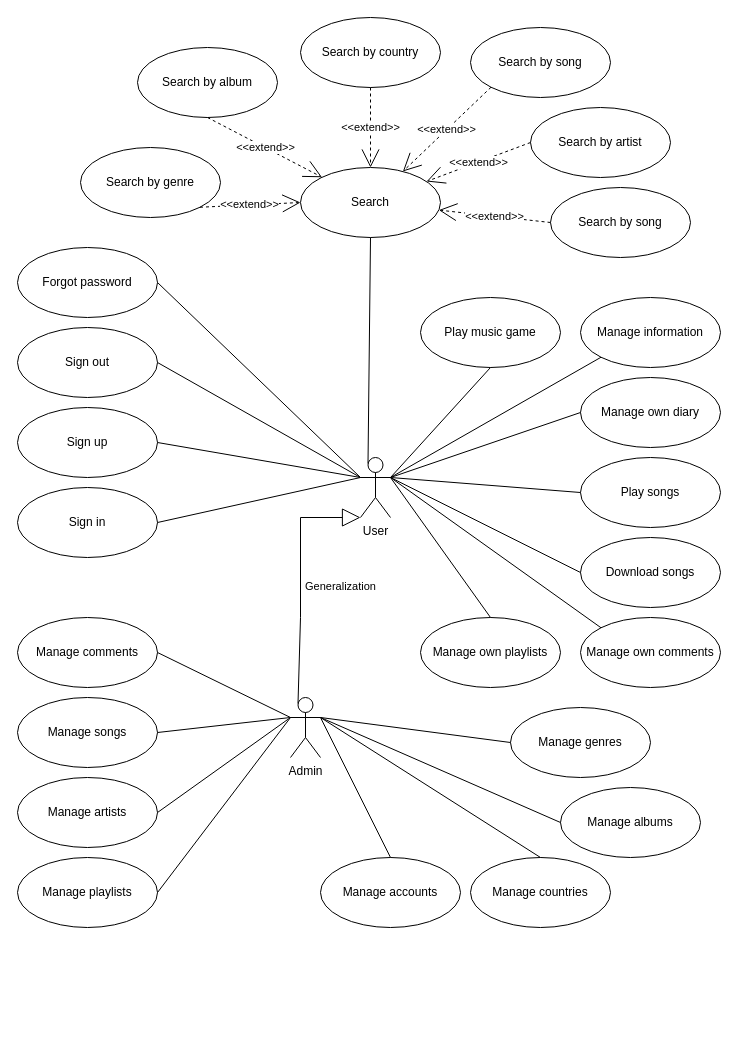
The draw.io diagram page "Page-1" (1 of 2) of Document/feature_diagram.drawio in namcao502/MUSIC, before the edit. Source tidied: cells renumbered, new cells numbered last; positions are measured from the earlier drawing's top-left corner, leaving out a move shared by most shapes. Both pictures are drawn from the tidied source at 100%, with x=0, y=0 at pixel (17, 17).
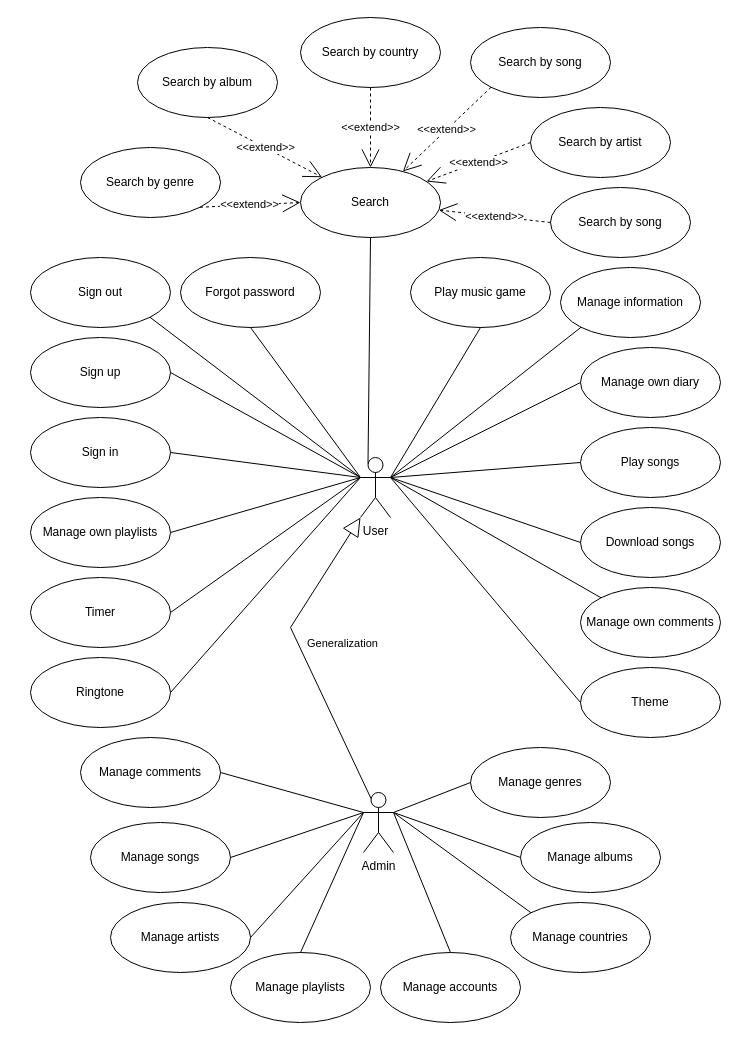
After the change.

Unchanged cells that the change refers to:
```xml
<mxCell id="2" value="User" style="shape=umlActor;verticalLabelPosition=bottom;verticalAlign=top;html=1;outlineConnect=0;" parent="1" vertex="1">
  <mxGeometry x="343" y="440" width="30" height="60" as="geometry" />
</mxCell>
```

The edit, as a diff of the source:
```diff
@@
     <mxCell id="3" value="Admin" style="shape=umlActor;verticalLabelPosition=bottom;verticalAlign=top;html=1;outlineConnect=0;" parent="1" vertex="1">
-      <mxGeometry x="273" y="680" width="30" height="60" as="geometry" />
+      <mxGeometry x="346" y="775" width="30" height="60" as="geometry" />
     </mxCell>
     <mxCell id="4" value="Sign in" style="ellipse;whiteSpace=wrap;html=1;" parent="1" vertex="1">
-      <mxGeometry y="470" width="140" height="70" as="geometry" />
+      <mxGeometry x="13" y="400" width="140" height="70" as="geometry" />
     </mxCell>
     <mxCell id="5" value="Sign out" style="ellipse;whiteSpace=wrap;html=1;" parent="1" vertex="1">
-      <mxGeometry y="310" width="140" height="70" as="geometry" />
+      <mxGeometry x="13" y="240" width="140" height="70" as="geometry" />
     </mxCell>
     <mxCell id="6" value="Sign up" style="ellipse;whiteSpace=wrap;html=1;" parent="1" vertex="1">
-      <mxGeometry y="390" width="140" height="70" as="geometry" />
+      <mxGeometry x="13" y="320" width="140" height="70" as="geometry" />
     </mxCell>
@@
     <mxCell id="8" value="Manage own comments" style="ellipse;whiteSpace=wrap;html=1;" parent="1" vertex="1">
-      <mxGeometry x="563" y="600" width="140" height="70" as="geometry" />
+      <mxGeometry x="563" y="570" width="140" height="70" as="geometry" />
     </mxCell>
     <mxCell id="9" value="Play songs" style="ellipse;whiteSpace=wrap;html=1;" parent="1" vertex="1">
-      <mxGeometry x="563" y="440" width="140" height="70" as="geometry" />
+      <mxGeometry x="563" y="410" width="140" height="70" as="geometry" />
     </mxCell>
     <mxCell id="10" value="Manage own playlists" style="ellipse;whiteSpace=wrap;html=1;" parent="1" vertex="1">
-      <mxGeometry x="403" y="600" width="140" height="70" as="geometry" />
+      <mxGeometry x="13" y="480" width="140" height="70" as="geometry" />
     </mxCell>
     <mxCell id="11" value="Manage genres" style="ellipse;whiteSpace=wrap;html=1;" parent="1" vertex="1">
-      <mxGeometry x="493" y="690" width="140" height="70" as="geometry" />
+      <mxGeometry x="453" y="730" width="140" height="70" as="geometry" />
     </mxCell>
     <mxCell id="12" value="Generalization" style="endArrow=block;endSize=16;endFill=0;html=1;rounded=0;exitX=0.25;exitY=0.1;exitDx=0;exitDy=0;exitPerimeter=0;entryX=0;entryY=1;entryDx=0;entryDy=0;entryPerimeter=0;" parent="1" edge="1" source="3" target="2">
       <mxGeometry x="-0.05" y="-40" relative="1" as="geometry">
         <Array as="points">
-          <mxPoint x="283" y="600" />
-          <mxPoint x="283" y="500" />
+          <mxPoint x="273" y="610" />
         </Array>
       </mxGeometry>
     </mxCell>
@@
-    <mxCell id="17" style="endArrow=none;html=1;rounded=0;entryX=1;entryY=0.3333333333333333;entryDx=0;entryDy=0;entryPerimeter=0;exitX=0.5;exitY=0;exitDx=0;exitDy=0;" parent="1" edge="1" source="10" target="2">
+    <mxCell id="17" style="endArrow=none;html=1;rounded=0;exitX=1;exitY=0.5;exitDx=0;exitDy=0;entryX=0;entryY=0.3333333333333333;entryDx=0;entryDy=0;entryPerimeter=0;" parent="1" edge="1" source="10" target="2">
       <mxGeometry relative="1" as="geometry" />
     </mxCell>
-    <mxCell id="18" style="endArrow=none;html=1;rounded=0;entryX=1;entryY=0.5;entryDx=0;entryDy=0;exitX=0;exitY=0.3333333333333333;exitDx=0;exitDy=0;exitPerimeter=0;" parent="1" edge="1" source="2" target="5">
+    <mxCell id="18" style="endArrow=none;html=1;rounded=0;entryX=1;entryY=1;entryDx=0;entryDy=0;exitX=0;exitY=0.3333333333333333;exitDx=0;exitDy=0;exitPerimeter=0;" parent="1" edge="1" source="2" target="5">
       <mxGeometry relative="1" as="geometry" />
     </mxCell>
@@
     <mxCell id="21" value="Manage information" style="ellipse;whiteSpace=wrap;html=1;" parent="1" vertex="1">
-      <mxGeometry x="563" y="280" width="140" height="70" as="geometry" />
+      <mxGeometry x="543" y="250" width="140" height="70" as="geometry" />
     </mxCell>
@@
     <mxCell id="23" value="Forgot password" style="ellipse;whiteSpace=wrap;html=1;" parent="1" vertex="1">
-      <mxGeometry y="230" width="140" height="70" as="geometry" />
+      <mxGeometry x="163" y="240" width="140" height="70" as="geometry" />
     </mxCell>
-    <mxCell id="24" style="endArrow=none;html=1;rounded=0;entryX=1;entryY=0.5;entryDx=0;entryDy=0;exitX=0;exitY=0.3333333333333333;exitDx=0;exitDy=0;exitPerimeter=0;" parent="1" edge="1" source="2" target="23">
+    <mxCell id="24" style="endArrow=none;html=1;rounded=0;entryX=0.5;entryY=1;entryDx=0;entryDy=0;exitX=0;exitY=0.3333333333333333;exitDx=0;exitDy=0;exitPerimeter=0;" parent="1" edge="1" source="2" target="23">
       <mxGeometry relative="1" as="geometry" />
     </mxCell>
     <mxCell id="25" value="Download songs" style="ellipse;whiteSpace=wrap;html=1;" parent="1" vertex="1">
-      <mxGeometry x="563" y="520" width="140" height="70" as="geometry" />
+      <mxGeometry x="563" y="490" width="140" height="70" as="geometry" />
     </mxCell>
@@
     <mxCell id="27" value="Manage accounts" style="ellipse;whiteSpace=wrap;html=1;" parent="1" vertex="1">
-      <mxGeometry x="303" y="840" width="140" height="70" as="geometry" />
+      <mxGeometry x="363" y="935" width="140" height="70" as="geometry" />
     </mxCell>
     <mxCell id="28" value="Manage albums" style="ellipse;whiteSpace=wrap;html=1;" parent="1" vertex="1">
-      <mxGeometry x="543" y="770" width="140" height="70" as="geometry" />
+      <mxGeometry x="503" y="805" width="140" height="70" as="geometry" />
     </mxCell>
     <mxCell id="29" value="Manage artists" style="ellipse;whiteSpace=wrap;html=1;" parent="1" vertex="1">
-      <mxGeometry y="760" width="140" height="70" as="geometry" />
+      <mxGeometry x="93" y="885" width="140" height="70" as="geometry" />
     </mxCell>
     <mxCell id="30" value="Manage songs" style="ellipse;whiteSpace=wrap;html=1;" parent="1" vertex="1">
-      <mxGeometry y="680" width="140" height="70" as="geometry" />
+      <mxGeometry x="73" y="805" width="140" height="70" as="geometry" />
     </mxCell>
     <mxCell id="31" value="Manage countries" style="ellipse;whiteSpace=wrap;html=1;" parent="1" vertex="1">
-      <mxGeometry x="453" y="840" width="140" height="70" as="geometry" />
+      <mxGeometry x="493" y="885" width="140" height="70" as="geometry" />
     </mxCell>
     <mxCell id="32" value="Manage comments" style="ellipse;whiteSpace=wrap;html=1;" parent="1" vertex="1">
-      <mxGeometry y="600" width="140" height="70" as="geometry" />
+      <mxGeometry x="63" y="720" width="140" height="70" as="geometry" />
     </mxCell>
     <mxCell id="33" value="Manage playlists" style="ellipse;whiteSpace=wrap;html=1;" parent="1" vertex="1">
-      <mxGeometry y="840" width="140" height="70" as="geometry" />
+      <mxGeometry x="213" y="935" width="140" height="70" as="geometry" />
     </mxCell>
@@
-    <mxCell id="35" style="endArrow=none;html=1;rounded=0;exitX=1;exitY=0.3333333333333333;exitDx=0;exitDy=0;exitPerimeter=0;entryX=0.5;entryY=0;entryDx=0;entryDy=0;" parent="1" edge="1" source="3" target="31">
+    <mxCell id="35" style="endArrow=none;html=1;rounded=0;exitX=1;exitY=0.3333333333333333;exitDx=0;exitDy=0;exitPerimeter=0;entryX=0;entryY=0;entryDx=0;entryDy=0;" parent="1" edge="1" source="3" target="31">
       <mxGeometry relative="1" as="geometry" />
     </mxCell>
@@
-    <mxCell id="37" style="endArrow=none;html=1;rounded=0;entryX=0;entryY=0.3333333333333333;entryDx=0;entryDy=0;entryPerimeter=0;exitX=1;exitY=0.5;exitDx=0;exitDy=0;" parent="1" edge="1" source="33" target="3">
+    <mxCell id="37" style="endArrow=none;html=1;rounded=0;entryX=0;entryY=0.3333333333333333;entryDx=0;entryDy=0;entryPerimeter=0;exitX=0.5;exitY=0;exitDx=0;exitDy=0;" parent="1" edge="1" source="33" target="3">
       <mxGeometry relative="1" as="geometry" />
     </mxCell>
@@
     <mxCell id="53" value="Manage own diary" style="ellipse;whiteSpace=wrap;html=1;" parent="1" vertex="1">
-      <mxGeometry x="563" y="360" width="140" height="70" as="geometry" />
+      <mxGeometry x="563" y="330" width="140" height="70" as="geometry" />
     </mxCell>
@@
     <mxCell id="55" value="Play music game" style="ellipse;whiteSpace=wrap;html=1;" parent="1" vertex="1">
-      <mxGeometry x="403" y="280" width="140" height="70" as="geometry" />
+      <mxGeometry x="393" y="240" width="140" height="70" as="geometry" />
     </mxCell>
@@
+    <mxCell id="57" value="Timer" style="ellipse;whiteSpace=wrap;html=1;" parent="1" vertex="1">
+      <mxGeometry x="13" y="560" width="140" height="70" as="geometry" />
+    </mxCell>
+    <mxCell id="58" value="Ringtone" style="ellipse;whiteSpace=wrap;html=1;" parent="1" vertex="1">
+      <mxGeometry x="13" y="640" width="140" height="70" as="geometry" />
+    </mxCell>
+    <mxCell id="59" value="Theme" style="ellipse;whiteSpace=wrap;html=1;" parent="1" vertex="1">
+      <mxGeometry x="563" y="650" width="140" height="70" as="geometry" />
+    </mxCell>
+    <mxCell id="60" style="endArrow=none;html=1;rounded=0;exitX=1;exitY=0.5;exitDx=0;exitDy=0;entryX=0;entryY=0.3333333333333333;entryDx=0;entryDy=0;entryPerimeter=0;" parent="1" edge="1" source="57" target="2">
+      <mxGeometry relative="1" as="geometry" />
+    </mxCell>
+    <mxCell id="61" style="endArrow=none;html=1;rounded=0;exitX=0;exitY=0.5;exitDx=0;exitDy=0;entryX=1;entryY=0.3333333333333333;entryDx=0;entryDy=0;entryPerimeter=0;" parent="1" edge="1" source="59" target="2">
+      <mxGeometry relative="1" as="geometry" />
+    </mxCell>
+    <mxCell id="62" style="endArrow=none;html=1;rounded=0;exitX=1;exitY=0.5;exitDx=0;exitDy=0;entryX=0;entryY=0.3333333333333333;entryDx=0;entryDy=0;entryPerimeter=0;" parent="1" edge="1" source="58" target="2">
+      <mxGeometry relative="1" as="geometry" />
+    </mxCell>
```
